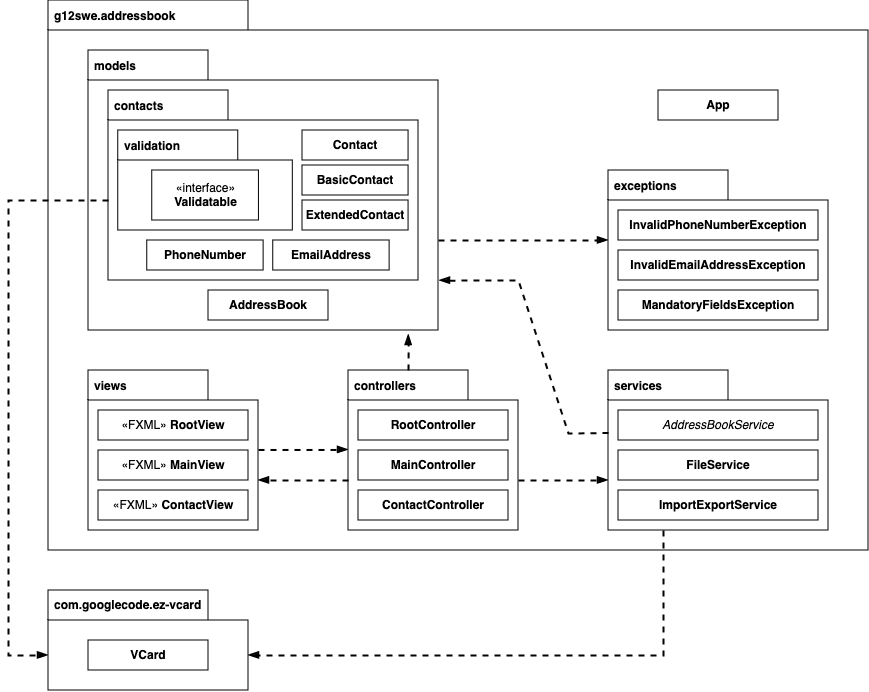
The draw.io diagram docs/DiagramPackage/packageDiagram.png in francescopeluso/SWE-Project, before a commit. Source tidied: cells renumbered, new cells last; positions are measured from the earlier drawing's top-left corner, leaving out a move shared by most shapes.
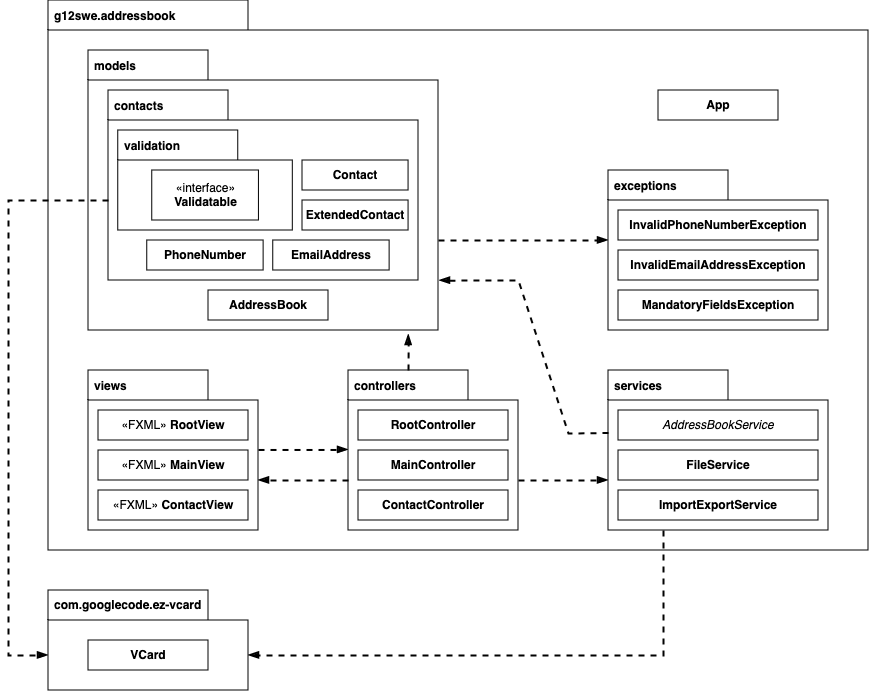
After the change.

Commit message:
Fix diagram package

The edit, as a diff of the source:
```diff
@@ -69,11 +69,8 @@
       <mxGeometry width="310" height="190" as="geometry" />
     </mxCell>
     <mxCell id="24" value="&lt;div&gt;&lt;b&gt;Contact&lt;/b&gt;&lt;/div&gt;" style="html=1;whiteSpace=wrap;" parent="22" vertex="1">
-      <mxGeometry x="193.9" y="40" width="106.1" height="30" as="geometry" />
+      <mxGeometry x="193.9" y="70" width="106.1" height="30" as="geometry" />
     </mxCell>
-    <mxCell id="25" value="&lt;b&gt;BasicContact&lt;/b&gt;" style="html=1;whiteSpace=wrap;" parent="22" vertex="1">
-      <mxGeometry x="193.9" y="75" width="106.1" height="30" as="geometry" />
-    </mxCell>
     <mxCell id="26" value="&lt;b&gt;ExtendedContact&lt;/b&gt;" style="html=1;whiteSpace=wrap;" parent="22" vertex="1">
       <mxGeometry x="193.9" y="110" width="106.1" height="30" as="geometry" />
     </mxCell>
```
